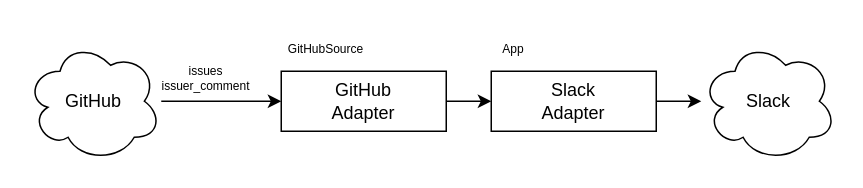
This is doc/pattern1.drawio from knativecon/demo22, a draw.io file, before an edit. Source tidied: cells renumbered, new cells numbered last; positions are measured from the earlier drawing's top-left corner, leaving out a move shared by most shapes. Both pictures are drawn from the tidied source at 150%, with x=0, y=0 at pixel (26, 26).
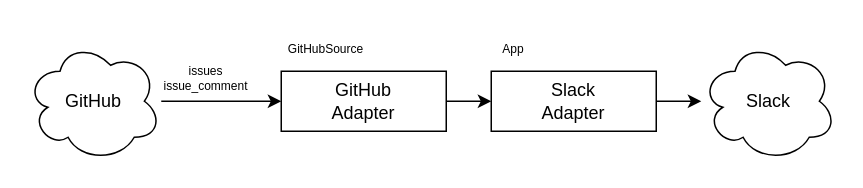
After the change.

Commit message (it also covers changes not shown here):
pattern 2 diagram

The edit, as a diff of the source:
```diff
@@
 <mxGraphModel>
   <root>
     <mxCell id="0" />
     <mxCell id="1" parent="0" />
     <mxCell id="2" style="edgeStyle=orthogonalEdgeStyle;rounded=0;jettySize=auto;html=1;" parent="1" edge="1" source="3" target="5">
       <mxGeometry relative="1" as="geometry" />
     </mxCell>
     <mxCell id="3" value="GitHub" style="ellipse;shape=cloud;whiteSpace=wrap;html=1;" parent="1" vertex="1">
       <mxGeometry y="10" width="90" height="80" as="geometry" />
     </mxCell>
     <mxCell id="4" style="edgeStyle=orthogonalEdgeStyle;rounded=0;jettySize=auto;html=1;" parent="1" edge="1" source="5" target="7">
       <mxGeometry relative="1" as="geometry" />
     </mxCell>
     <mxCell id="5" value="GitHub&lt;br&gt;Adapter" style="rounded=0;whiteSpace=wrap;html=1;" parent="1" vertex="1">
       <mxGeometry x="170" y="30" width="110" height="40" as="geometry" />
     </mxCell>
     <mxCell id="6" style="edgeStyle=orthogonalEdgeStyle;rounded=0;jettySize=auto;html=1;" parent="1" edge="1" source="7" target="8">
       <mxGeometry relative="1" as="geometry" />
     </mxCell>
     <mxCell id="7" value="Slack&lt;br&gt;Adapter" style="rounded=0;whiteSpace=wrap;html=1;" parent="1" vertex="1">
       <mxGeometry x="310" y="30" width="110" height="40" as="geometry" />
     </mxCell>
     <mxCell id="8" value="Slack" style="ellipse;shape=cloud;whiteSpace=wrap;html=1;" parent="1" vertex="1">
       <mxGeometry x="450" y="10" width="90" height="80" as="geometry" />
     </mxCell>
     <mxCell id="9" value="App" style="text;html=1;strokeColor=none;fillColor=none;align=center;verticalAlign=middle;whiteSpace=wrap;rounded=0;fontSize=8;" parent="1" vertex="1">
       <mxGeometry x="310" width="30" height="30" as="geometry" />
     </mxCell>
     <mxCell id="10" value="GitHubSource" style="text;html=1;strokeColor=none;fillColor=none;align=center;verticalAlign=middle;whiteSpace=wrap;rounded=0;fontSize=8;" parent="1" vertex="1">
       <mxGeometry x="170" width="60" height="30" as="geometry" />
     </mxCell>
-    <mxCell id="11" value="issues&lt;br&gt;issuer_comment" style="text;html=1;strokeColor=none;fillColor=none;align=center;verticalAlign=middle;whiteSpace=wrap;rounded=0;fontSize=8;" parent="1" vertex="1">
+    <mxCell id="11" value="issues&lt;br&gt;issue_comment" style="text;html=1;strokeColor=none;fillColor=none;align=center;verticalAlign=middle;whiteSpace=wrap;rounded=0;fontSize=8;" parent="1" vertex="1">
       <mxGeometry x="90" y="20" width="60" height="30" as="geometry" />
     </mxCell>
   </root>
 </mxGraphModel>
```
